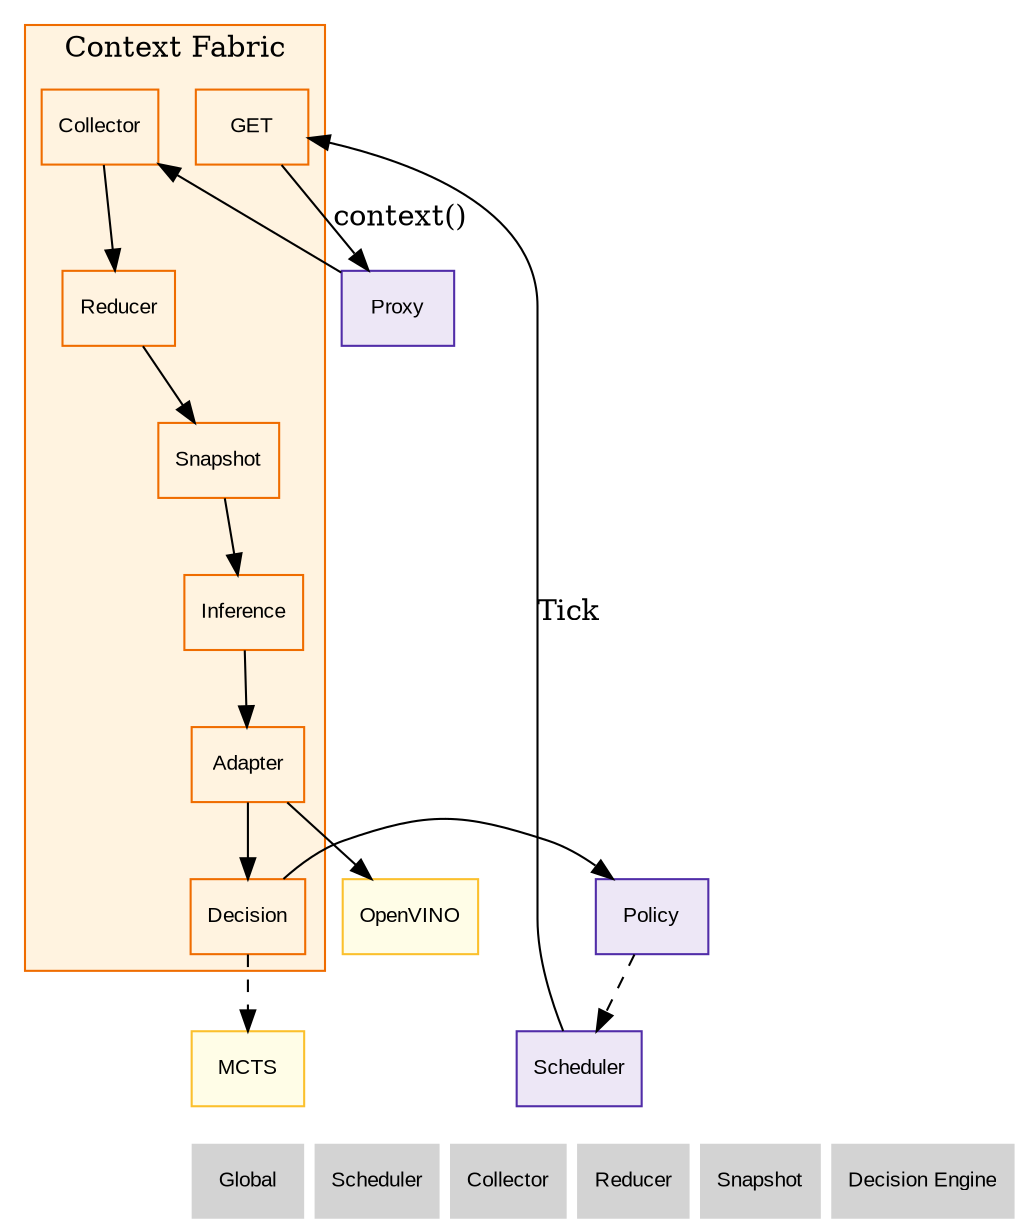
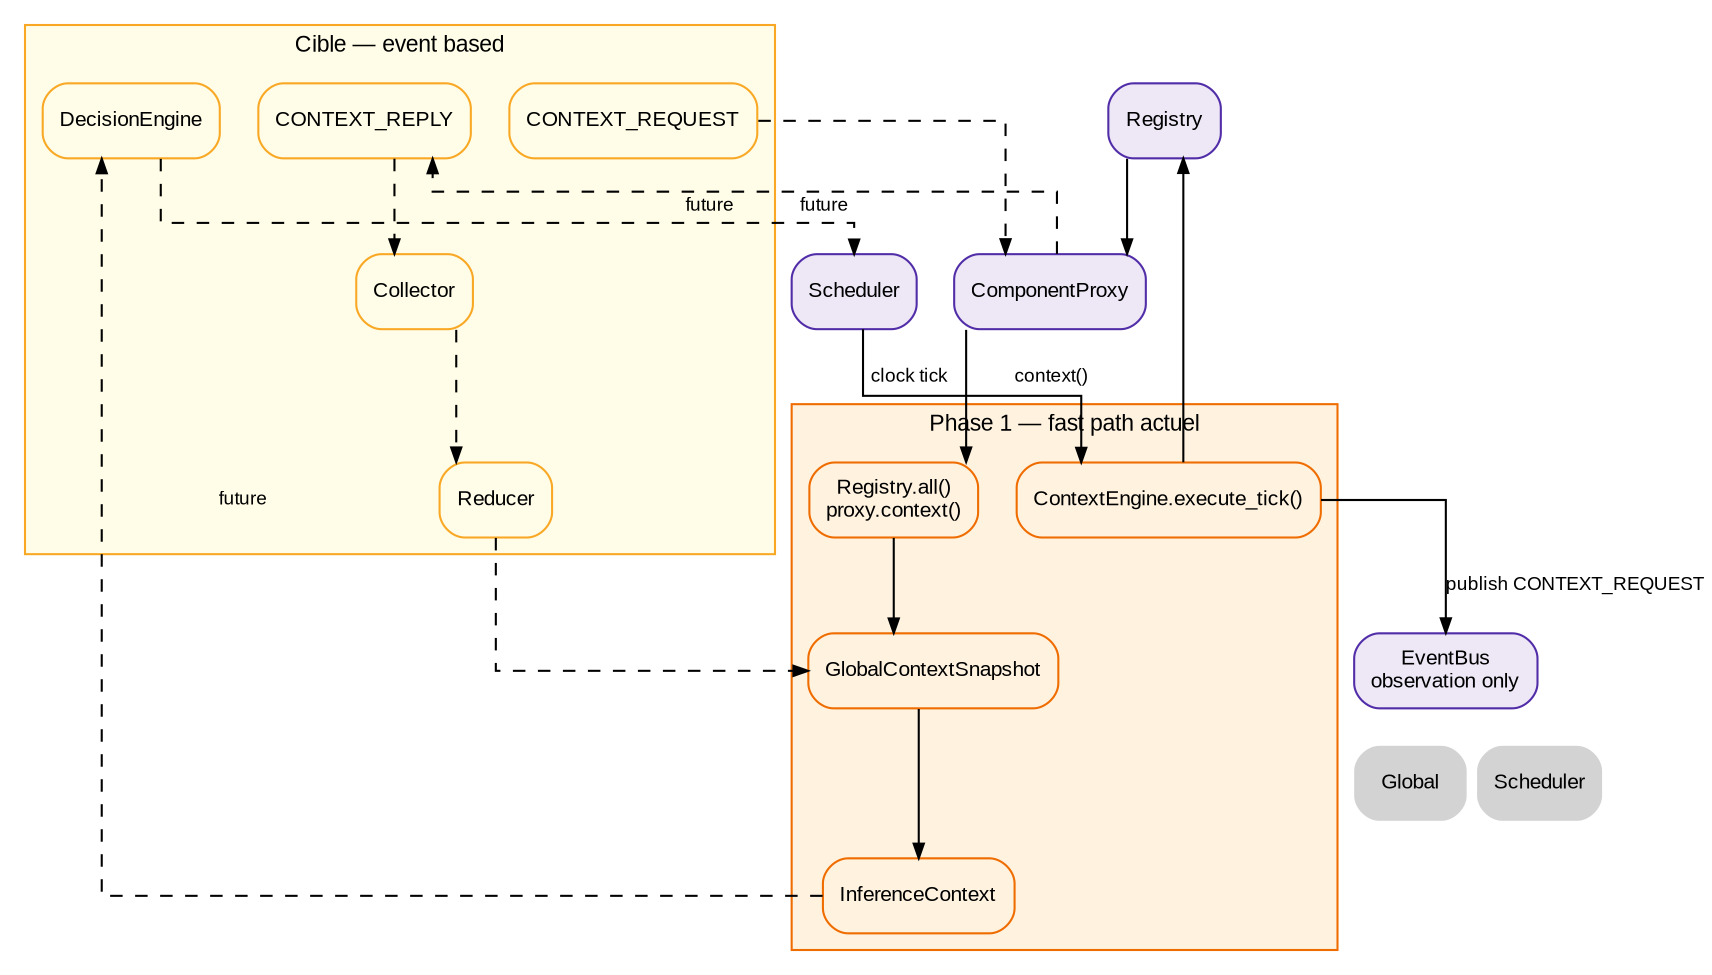
digraph Context {
    rankdir=TB;
-     node [shape=box, style=filled, fontname="Arial", fontsize=10];
+     splines=ortho;

-     subgraph cluster_context {
-         label="Context Fabric";
-         color="#ef6c00"; bgcolor="#fff3e0";
+     graph [fontname="Arial", fontsize=11];
+     node  [shape=box, style="rounded,filled", fontname="Arial", fontsize=10];
+     edge  [fontname="Arial", fontsize=9, arrowsize=0.7];
+ 
+     Scheduler [fillcolor="#ede7f6", color="#512da8", URL="../scheduler/10_scheduler.svg"];
+     Registry  [fillcolor="#ede7f6", color="#512da8"];
+     Proxy     [label="ComponentProxy", fillcolor="#ede7f6", color="#512da8"];
+ 
+     EventBus  [label="EventBus\nobservation only", fillcolor="#ede7f6", color="#512da8"];
+ 
+     subgraph cluster_current {
+         label="Phase 1 — fast path actuel";
+         color="#ef6c00";
+         bgcolor="#fff3e0";
        node [fillcolor="#fff3e0", color="#ef6c00"];
-         GET      [URL="collector/21_collector.svg"];
-         Collector[URL="collector/21_collector.svg"];
-         Reducer  [URL="reducer/22_reducer.svg"];
-         Snapshot [URL="snapshot/23_snapshot.svg"];
-         Inference[URL="snapshot/23_snapshot.svg"];
-         Adapter  [URL="decision_engine/24_decision_engine.svg"];
-         Decision [URL="decision_engine/24_decision_engine.svg"];
+         ContextEngine [label="ContextEngine.execute_tick()"];
+         DirectCollect [label="Registry.all()\nproxy.context()"];
+         Snapshot [label="GlobalContextSnapshot"];
+         InferenceContext [label="InferenceContext"];
    }

-     Scheduler [fillcolor="#ede7f6", color="#512da8", URL="../scheduler/10_scheduler.svg"];
-     Proxy [fillcolor="#ede7f6", color="#512da8", URL="../scheduler/component_proxy/14_component_proxy.svg"];
-     Policy [fillcolor="#ede7f6", color="#512da8", URL="../scheduler/10_scheduler.svg"];
-     MCTS [fillcolor="#fffde7", color="#fbc02d", URL="../learning/60_learning.svg"];
-     OpenVINO [fillcolor="#fffde7", color="#fbc02d", URL="../learning/60_learning.svg"];
+     subgraph cluster_target {
+         label="Cible — event based";
+         color="#f9a825";
+         bgcolor="#fffde7";
+         node [fillcolor="#fffde7", color="#f9a825"];
+         ContextRequest [label="CONTEXT_REQUEST"];
+         ContextReply   [label="CONTEXT_REPLY"];
+         Collector;
+         Reducer;
+         DecisionEngine;
+     }

-     // Edges
-     Scheduler -> GET [label="Tick"];          // Tick horloge
-     GET -> Proxy [label="context()"];         // Interroge Proxy
-     Proxy -> Collector;                       // Données brutes
-     Collector -> Reducer;                     // Agrégation
-     Reducer -> Snapshot;                      // Image immuable
-     Snapshot -> Inference;                    // Transformation
-     Inference -> Adapter;                     // Adaptation
-     Adapter -> Decision;                      // Décision
-     Decision -> Policy;                       // Influence Policy
-     Policy -> Scheduler [style=dashed];       // Ajuste Scheduler
-     Decision -> MCTS [style=dashed];          // Lance MCTS
-     Adapter -> OpenVINO;                      // Pilote OpenVINO
+     Scheduler -> ContextEngine [label="clock tick"];
+     ContextEngine -> EventBus [label="publish CONTEXT_REQUEST"];
+     ContextEngine -> Registry;
+     Registry -> Proxy;
+     Proxy -> DirectCollect [label="context()"];
+     DirectCollect -> Snapshot;
+     Snapshot -> InferenceContext;

-     // Navigation
+     ContextRequest -> Proxy [style=dashed, label="future"];
+     Proxy -> ContextReply [style=dashed, label="future"];
+     ContextReply -> Collector [style=dashed];
+     Collector -> Reducer [style=dashed];
+     Reducer -> Snapshot [style=dashed];
+     InferenceContext -> DecisionEngine [style=dashed, label="future"];
+     DecisionEngine -> Scheduler [style=dashed];
+ 
    Nav_Global [label="Global", shape=plaintext, URL="../00_global.svg"];
    Nav_Scheduler [label="Scheduler", shape=plaintext, URL="../scheduler/10_scheduler.svg"];
-     Nav_Collector [label="Collector", shape=plaintext, URL="collector/21_collector.svg"];
-     Nav_Reducer [label="Reducer", shape=plaintext, URL="reducer/22_reducer.svg"];
-     Nav_Snapshot [label="Snapshot", shape=plaintext, URL="snapshot/23_snapshot.svg"];
-     Nav_Decision [label="Decision Engine", shape=plaintext, URL="decision_engine/24_decision_engine.svg"];
-     { rank=sink; Nav_Global; Nav_Scheduler; Nav_Collector; Nav_Reducer; Nav_Snapshot; Nav_Decision; }
+     { rank=sink; Nav_Global; Nav_Scheduler; }
}
